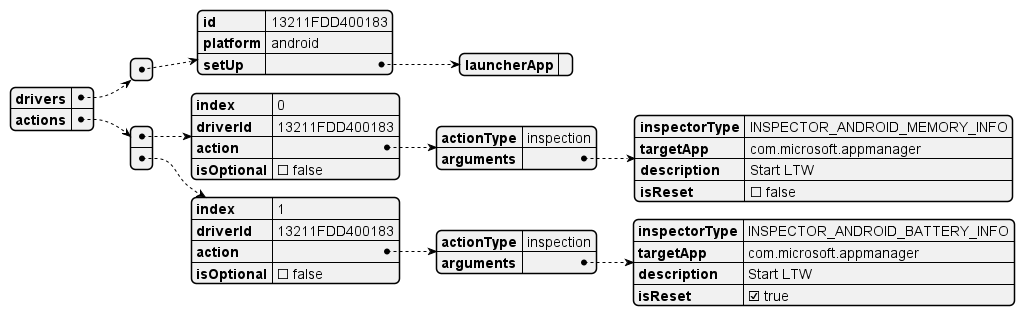
Above: docs/images/UML/taps_to_cases_json_with_performance_test_actions.png in microsoft/HydraLab (PlantUML), before the change.
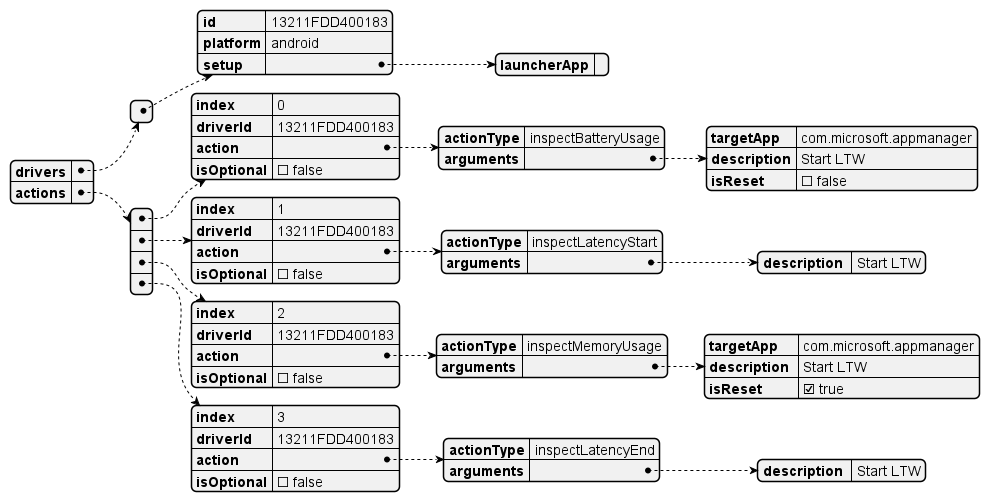
After the commit.

What changed in the source:
```diff
@@ -5,7 +5,7 @@
       "id": "13211FDD400183",
       "platform": "android",
 '      Deprecated Name : init
-      "setUp": {
+      "setup": {
         "launcherApp": ""
       }
 '      Can also add tearDown here to match the device action design
@@ -17,9 +17,8 @@
       "index": 0,
       "driverId": "13211FDD400183",
       "action": {
-        "actionType": "inspection",
+        "actionType": "inspectBatteryUsage",
         "arguments": {
-          "inspectorType": "INSPECTOR_ANDROID_MEMORY_INFO",
           "targetApp": "com.microsoft.appmanager",
           "description": "Start LTW",
           "isReset": false
@@ -31,12 +30,33 @@
       "index": 1,
       "driverId": "13211FDD400183",
       "action": {
-        "actionType": "inspection",
+        "actionType": "inspectLatencyStart",
         "arguments": {
-          "inspectorType": "INSPECTOR_ANDROID_BATTERY_INFO",
+          "description ": "Start LTW"
+        }
+      },
+      "isOptional": false
+    },
+    {
+      "index": 2,
+      "driverId": "13211FDD400183",
+      "action": {
+        "actionType": "inspectMemoryUsage",
+        "arguments": {
           "targetApp ": "com.microsoft.appmanager",
           "description ": "Start LTW",
           "isReset": true
+        }
+      },
+      "isOptional": false
+    },
+    {
+      "index": 3,
+      "driverId": "13211FDD400183",
+      "action": {
+        "actionType": "inspectLatencyEnd",
+        "arguments": {
+          "description ": "Start LTW"
         }
       },
       "isOptional": false
```
